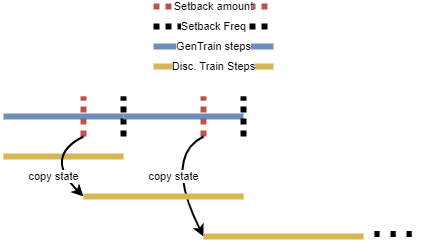
Above: algorithm.png in stevenjohnlarsen/GAN-discriminator-refresh-learning (draw.io), before the change. Source tidied: cells renumbered, new cells last; positions are measured from the earlier drawing's top-left corner, leaving out a move shared by most shapes. Source of this version:
```xml
<mxGraphModel>
  <root>
    <mxCell id="0" />
    <mxCell id="1" parent="0" />
    <mxCell id="2" style="group;" parent="1" vertex="1">
      <mxGeometry x="150" width="120" height="60" as="geometry" />
    </mxCell>
    <mxCell id="3" value="GenTrain steps" style="endArrow=none;html=1;rounded=0;strokeWidth=6;fillColor=#dae8fc;strokeColor=#6c8ebf;" parent="2" edge="1">
      <mxGeometry relative="1" as="geometry">
        <mxPoint y="40" as="sourcePoint" />
        <mxPoint x="120" y="40" as="targetPoint" />
      </mxGeometry>
    </mxCell>
    <mxCell id="4" value="Disc. Train Steps" style="endArrow=none;html=1;rounded=0;strokeWidth=6;fillColor=#fff2cc;strokeColor=#d6b656;" parent="2" edge="1">
      <mxGeometry relative="1" as="geometry">
        <mxPoint y="60" as="sourcePoint" />
        <mxPoint x="120" y="60" as="targetPoint" />
      </mxGeometry>
    </mxCell>
    <mxCell id="5" value="Setback Freq" style="endArrow=none;dashed=1;html=1;rounded=0;strokeWidth=6;dashPattern=1 1;" parent="2" edge="1">
      <mxGeometry relative="1" as="geometry">
        <mxPoint y="20" as="sourcePoint" />
        <mxPoint x="120" y="20" as="targetPoint" />
      </mxGeometry>
    </mxCell>
    <mxCell id="6" value="Setback amount" style="endArrow=none;dashed=1;html=1;rounded=0;strokeWidth=6;dashPattern=1 1;fillColor=#f8cecc;strokeColor=#b85450;" parent="2" edge="1">
      <mxGeometry relative="1" as="geometry">
        <mxPoint as="sourcePoint" />
        <mxPoint x="120" as="targetPoint" />
      </mxGeometry>
    </mxCell>
    <mxCell id="7" style="group;" parent="1" vertex="1">
      <mxGeometry y="90" width="420" height="140" as="geometry" />
    </mxCell>
    <mxCell id="8" value="&lt;font style=&quot;font-size: 58px&quot;&gt;...&lt;/font&gt;" style="text;html=1;strokeColor=none;fillColor=none;align=center;verticalAlign=middle;whiteSpace=wrap;rounded=0;" parent="7" vertex="1">
      <mxGeometry x="360" y="120" width="60" as="geometry" />
    </mxCell>
    <mxCell id="9" style="endArrow=none;html=1;rounded=0;strokeWidth=6;fillColor=#dae8fc;strokeColor=#6c8ebf;" parent="7" edge="1">
      <mxGeometry relative="1" as="geometry">
        <mxPoint y="20" as="sourcePoint" />
        <mxPoint x="120" y="20" as="targetPoint" />
      </mxGeometry>
    </mxCell>
    <mxCell id="10" style="endArrow=none;html=1;rounded=0;strokeWidth=6;fillColor=#fff2cc;strokeColor=#d6b656;" parent="7" edge="1">
      <mxGeometry relative="1" as="geometry">
        <mxPoint y="60" as="sourcePoint" />
        <mxPoint x="120" y="60" as="targetPoint" />
      </mxGeometry>
    </mxCell>
    <mxCell id="11" style="endArrow=none;dashed=1;html=1;rounded=0;strokeWidth=6;dashPattern=1 1;" parent="7" edge="1">
      <mxGeometry relative="1" as="geometry">
        <mxPoint x="120" y="40" as="sourcePoint" />
        <mxPoint x="120" as="targetPoint" />
      </mxGeometry>
    </mxCell>
    <mxCell id="12" style="endArrow=none;html=1;rounded=0;strokeWidth=6;fillColor=#dae8fc;strokeColor=#6c8ebf;" parent="7" edge="1">
      <mxGeometry relative="1" as="geometry">
        <mxPoint x="120" y="20" as="sourcePoint" />
        <mxPoint x="240" y="20" as="targetPoint" />
      </mxGeometry>
    </mxCell>
    <mxCell id="13" style="endArrow=none;dashed=1;html=1;rounded=0;strokeWidth=6;dashPattern=1 1;" parent="7" edge="1">
      <mxGeometry relative="1" as="geometry">
        <mxPoint x="240" y="40" as="sourcePoint" />
        <mxPoint x="240" as="targetPoint" />
      </mxGeometry>
    </mxCell>
    <mxCell id="14" style="endArrow=none;dashed=1;html=1;rounded=0;strokeWidth=6;dashPattern=1 1;fillColor=#f8cecc;strokeColor=#b85450;" parent="7" edge="1">
      <mxGeometry relative="1" as="geometry">
        <mxPoint x="80" y="40" as="sourcePoint" />
        <mxPoint x="80" as="targetPoint" />
      </mxGeometry>
    </mxCell>
    <mxCell id="15" style="endArrow=none;dashed=1;html=1;rounded=0;strokeWidth=6;dashPattern=1 1;fillColor=#f8cecc;strokeColor=#b85450;" parent="7" edge="1">
      <mxGeometry relative="1" as="geometry">
        <mxPoint x="200" y="40" as="sourcePoint" />
        <mxPoint x="200" as="targetPoint" />
      </mxGeometry>
    </mxCell>
    <mxCell id="16" value="copy state" style="curved=1;endArrow=classic;html=1;rounded=0;strokeWidth=2;" parent="7" edge="1">
      <mxGeometry x="0.3" y="-7" relative="1" as="geometry">
        <mxPoint x="80" y="40" as="sourcePoint" />
        <mxPoint x="80" y="100" as="targetPoint" />
        <Array as="points">
          <mxPoint x="40" y="60" />
        </Array>
      </mxGeometry>
    </mxCell>
    <mxCell id="17" value="copy state" style="curved=1;endArrow=classic;html=1;rounded=0;strokeWidth=2;" parent="7" edge="1">
      <mxGeometry relative="1" as="geometry">
        <mxPoint x="200" y="40" as="sourcePoint" />
        <mxPoint x="200" y="140" as="targetPoint" />
        <Array as="points">
          <mxPoint x="160" y="60" />
        </Array>
      </mxGeometry>
    </mxCell>
    <mxCell id="18" style="endArrow=none;html=1;rounded=0;strokeWidth=6;fillColor=#fff2cc;strokeColor=#d6b656;" parent="7" edge="1">
      <mxGeometry relative="1" as="geometry">
        <mxPoint x="80" y="100" as="sourcePoint" />
        <mxPoint x="240" y="100" as="targetPoint" />
      </mxGeometry>
    </mxCell>
    <mxCell id="19" style="endArrow=none;html=1;rounded=0;strokeWidth=6;fillColor=#fff2cc;strokeColor=#d6b656;" parent="7" edge="1">
      <mxGeometry relative="1" as="geometry">
        <mxPoint x="200" y="140" as="sourcePoint" />
        <mxPoint x="360" y="140" as="targetPoint" />
      </mxGeometry>
    </mxCell>
  </root>
</mxGraphModel>
```
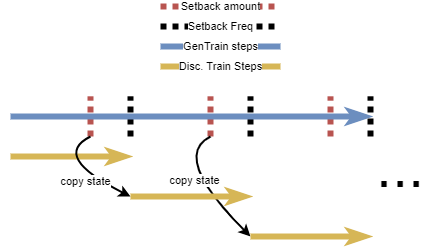
The same file after the commit.

Diff of the diagram source:
```diff
@@ -29,83 +29,86 @@
         <mxPoint x="120" as="targetPoint" />
       </mxGeometry>
     </mxCell>
-    <mxCell id="7" style="group;" parent="1" vertex="1">
-      <mxGeometry y="90" width="420" height="140" as="geometry" />
-    </mxCell>
-    <mxCell id="8" value="&lt;font style=&quot;font-size: 58px&quot;&gt;...&lt;/font&gt;" style="text;html=1;strokeColor=none;fillColor=none;align=center;verticalAlign=middle;whiteSpace=wrap;rounded=0;" parent="7" vertex="1">
-      <mxGeometry x="360" y="120" width="60" as="geometry" />
+    <mxCell id="8" value="&lt;font style=&quot;font-size: 58px&quot;&gt;...&lt;/font&gt;" style="text;html=1;strokeColor=none;fillColor=none;align=center;verticalAlign=middle;whiteSpace=wrap;rounded=0;" parent="1" vertex="1">
+      <mxGeometry x="360" y="160" width="60" as="geometry" />
     </mxCell>
-    <mxCell id="9" style="endArrow=none;html=1;rounded=0;strokeWidth=6;fillColor=#dae8fc;strokeColor=#6c8ebf;" parent="7" edge="1">
-      <mxGeometry relative="1" as="geometry">
-        <mxPoint y="20" as="sourcePoint" />
-        <mxPoint x="120" y="20" as="targetPoint" />
-      </mxGeometry>
-    </mxCell>
-    <mxCell id="10" style="endArrow=none;html=1;rounded=0;strokeWidth=6;fillColor=#fff2cc;strokeColor=#d6b656;" parent="7" edge="1">
+    <mxCell id="10" style="endArrow=classicThin;html=1;rounded=0;strokeWidth=6;fillColor=#fff2cc;strokeColor=#d6b656;endFill=1;" parent="1" edge="1">
       <mxGeometry relative="1" as="geometry">
-        <mxPoint y="60" as="sourcePoint" />
-        <mxPoint x="120" y="60" as="targetPoint" />
+        <mxPoint y="150" as="sourcePoint" />
+        <mxPoint x="120" y="150" as="targetPoint" />
       </mxGeometry>
     </mxCell>
-    <mxCell id="11" style="endArrow=none;dashed=1;html=1;rounded=0;strokeWidth=6;dashPattern=1 1;" parent="7" edge="1">
+    <mxCell id="11" style="endArrow=none;dashed=1;html=1;rounded=0;strokeWidth=6;dashPattern=1 1;" parent="1" edge="1">
       <mxGeometry relative="1" as="geometry">
-        <mxPoint x="120" y="40" as="sourcePoint" />
-        <mxPoint x="120" as="targetPoint" />
+        <mxPoint x="120" y="130" as="sourcePoint" />
+        <mxPoint x="120" y="90" as="targetPoint" />
       </mxGeometry>
     </mxCell>
-    <mxCell id="12" style="endArrow=none;html=1;rounded=0;strokeWidth=6;fillColor=#dae8fc;strokeColor=#6c8ebf;" parent="7" edge="1">
-      <mxGeometry relative="1" as="geometry">
-        <mxPoint x="120" y="20" as="sourcePoint" />
-        <mxPoint x="240" y="20" as="targetPoint" />
-      </mxGeometry>
-    </mxCell>
-    <mxCell id="13" style="endArrow=none;dashed=1;html=1;rounded=0;strokeWidth=6;dashPattern=1 1;" parent="7" edge="1">
+    <mxCell id="13" style="endArrow=none;dashed=1;html=1;rounded=0;strokeWidth=6;dashPattern=1 1;" parent="1" edge="1">
       <mxGeometry relative="1" as="geometry">
-        <mxPoint x="240" y="40" as="sourcePoint" />
-        <mxPoint x="240" as="targetPoint" />
+        <mxPoint x="240" y="130" as="sourcePoint" />
+        <mxPoint x="240" y="90" as="targetPoint" />
       </mxGeometry>
     </mxCell>
-    <mxCell id="14" style="endArrow=none;dashed=1;html=1;rounded=0;strokeWidth=6;dashPattern=1 1;fillColor=#f8cecc;strokeColor=#b85450;" parent="7" edge="1">
+    <mxCell id="14" style="endArrow=none;dashed=1;html=1;rounded=0;strokeWidth=6;dashPattern=1 1;fillColor=#f8cecc;strokeColor=#b85450;" parent="1" edge="1">
       <mxGeometry relative="1" as="geometry">
-        <mxPoint x="80" y="40" as="sourcePoint" />
-        <mxPoint x="80" as="targetPoint" />
+        <mxPoint x="80" y="130" as="sourcePoint" />
+        <mxPoint x="80" y="90" as="targetPoint" />
       </mxGeometry>
     </mxCell>
-    <mxCell id="15" style="endArrow=none;dashed=1;html=1;rounded=0;strokeWidth=6;dashPattern=1 1;fillColor=#f8cecc;strokeColor=#b85450;" parent="7" edge="1">
+    <mxCell id="15" style="endArrow=none;dashed=1;html=1;rounded=0;strokeWidth=6;dashPattern=1 1;fillColor=#f8cecc;strokeColor=#b85450;" parent="1" edge="1">
       <mxGeometry relative="1" as="geometry">
-        <mxPoint x="200" y="40" as="sourcePoint" />
-        <mxPoint x="200" as="targetPoint" />
+        <mxPoint x="200" y="130" as="sourcePoint" />
+        <mxPoint x="200" y="90" as="targetPoint" />
       </mxGeometry>
     </mxCell>
-    <mxCell id="16" value="copy state" style="curved=1;endArrow=classic;html=1;rounded=0;strokeWidth=2;" parent="7" edge="1">
+    <mxCell id="16" value="copy state" style="curved=1;endArrow=classic;html=1;rounded=0;strokeWidth=2;" parent="1" edge="1">
       <mxGeometry x="0.3" y="-7" relative="1" as="geometry">
-        <mxPoint x="80" y="40" as="sourcePoint" />
-        <mxPoint x="80" y="100" as="targetPoint" />
+        <mxPoint x="80" y="130" as="sourcePoint" />
+        <mxPoint x="120" y="190" as="targetPoint" />
         <Array as="points">
-          <mxPoint x="40" y="60" />
+          <mxPoint x="40" y="150" />
         </Array>
       </mxGeometry>
     </mxCell>
-    <mxCell id="17" value="copy state" style="curved=1;endArrow=classic;html=1;rounded=0;strokeWidth=2;" parent="7" edge="1">
+    <mxCell id="17" value="copy state" style="curved=1;endArrow=classic;html=1;rounded=0;strokeWidth=2;" parent="1" edge="1">
       <mxGeometry relative="1" as="geometry">
-        <mxPoint x="200" y="40" as="sourcePoint" />
-        <mxPoint x="200" y="140" as="targetPoint" />
+        <mxPoint x="200" y="130" as="sourcePoint" />
+        <mxPoint x="240" y="230" as="targetPoint" />
         <Array as="points">
-          <mxPoint x="160" y="60" />
+          <mxPoint x="160" y="150" />
         </Array>
       </mxGeometry>
     </mxCell>
-    <mxCell id="18" style="endArrow=none;html=1;rounded=0;strokeWidth=6;fillColor=#fff2cc;strokeColor=#d6b656;" parent="7" edge="1">
+    <mxCell id="18" style="endArrow=classicThin;html=1;rounded=0;strokeWidth=6;fillColor=#fff2cc;strokeColor=#d6b656;endFill=1;" parent="1" edge="1">
       <mxGeometry relative="1" as="geometry">
-        <mxPoint x="80" y="100" as="sourcePoint" />
-        <mxPoint x="240" y="100" as="targetPoint" />
+        <mxPoint x="120" y="190" as="sourcePoint" />
+        <mxPoint x="240" y="190" as="targetPoint" />
       </mxGeometry>
     </mxCell>
-    <mxCell id="19" style="endArrow=none;html=1;rounded=0;strokeWidth=6;fillColor=#fff2cc;strokeColor=#d6b656;" parent="7" edge="1">
+    <mxCell id="19" style="endArrow=classicThin;html=1;rounded=0;strokeWidth=6;fillColor=#fff2cc;strokeColor=#d6b656;endFill=1;" parent="1" edge="1">
       <mxGeometry relative="1" as="geometry">
-        <mxPoint x="200" y="140" as="sourcePoint" />
-        <mxPoint x="360" y="140" as="targetPoint" />
+        <mxPoint x="240" y="230" as="sourcePoint" />
+        <mxPoint x="360" y="230" as="targetPoint" />
       </mxGeometry>
     </mxCell>
+    <mxCell id="20" style="endArrow=none;dashed=1;html=1;rounded=0;strokeWidth=6;dashPattern=1 1;" parent="1" edge="1">
+      <mxGeometry relative="1" as="geometry">
+        <mxPoint x="360" y="130" as="sourcePoint" />
+        <mxPoint x="360" y="90" as="targetPoint" />
+      </mxGeometry>
+    </mxCell>
+    <mxCell id="21" style="endArrow=none;dashed=1;html=1;rounded=0;strokeWidth=6;dashPattern=1 1;fillColor=#f8cecc;strokeColor=#b85450;" parent="1" edge="1">
+      <mxGeometry relative="1" as="geometry">
+        <mxPoint x="320" y="130" as="sourcePoint" />
+        <mxPoint x="320" y="90" as="targetPoint" />
+      </mxGeometry>
+    </mxCell>
+    <mxCell id="22" style="endArrow=classicThin;html=1;rounded=0;fontSize=58;strokeWidth=6;curved=1;fillColor=#dae8fc;strokeColor=#6c8ebf;endFill=1;" parent="1" edge="1">
+      <mxGeometry relative="1" as="geometry">
+        <mxPoint y="110" as="sourcePoint" />
+        <mxPoint x="360" y="110" as="targetPoint" />
+      </mxGeometry>
+    </mxCell>
   </root>
 </mxGraphModel>
```
